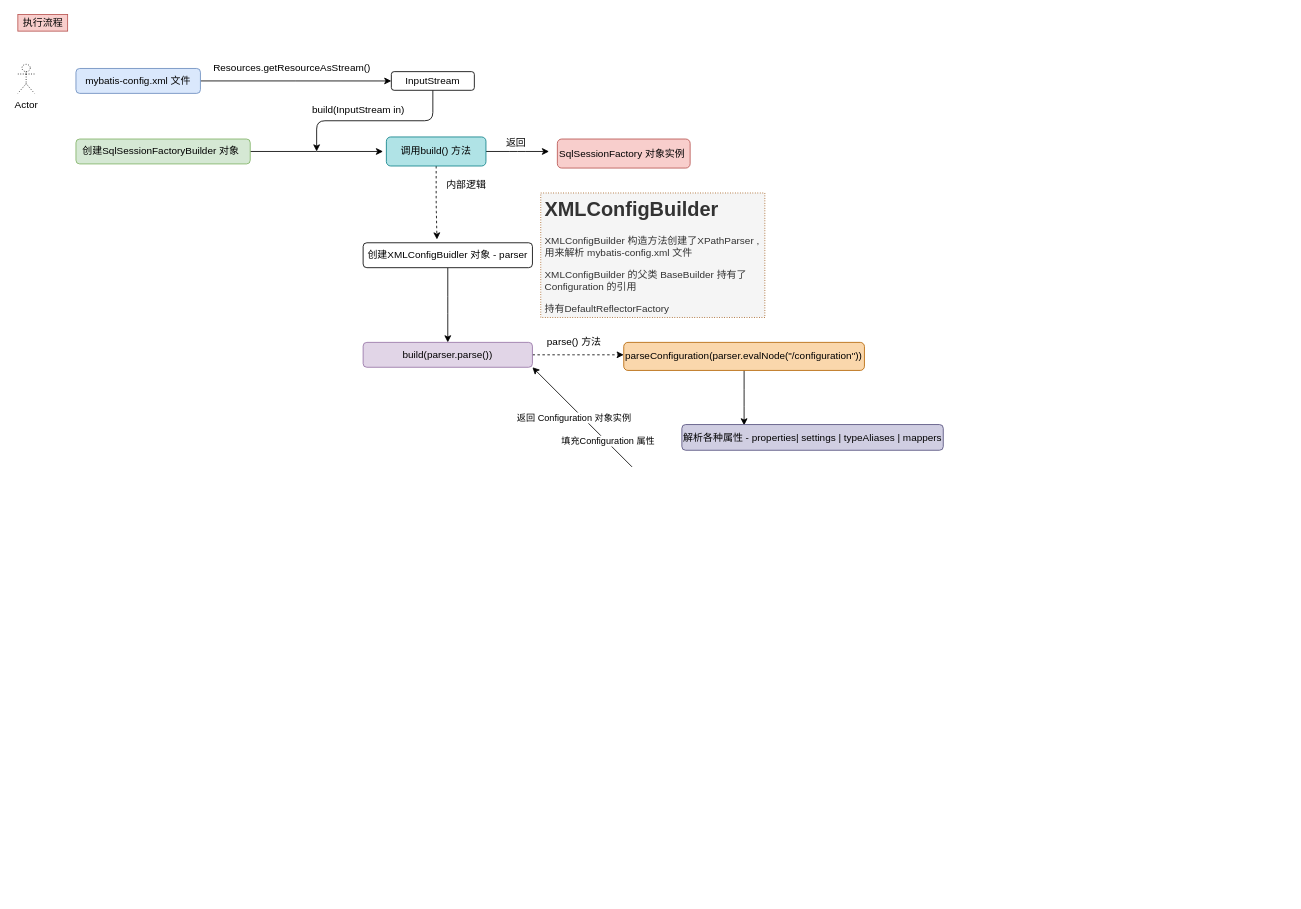
This is page "执行流程" (2 of 2) of mybatis.drawio from topyuluo/photo-project, a draw.io file, before an edit. Source tidied: cells renumbered, new cells numbered last; positions are measured from the earlier drawing's top-left corner, leaving out a move shared by most shapes. Both pictures are drawn from the tidied source at 83%, with x=0, y=0 at pixel (17, 14).
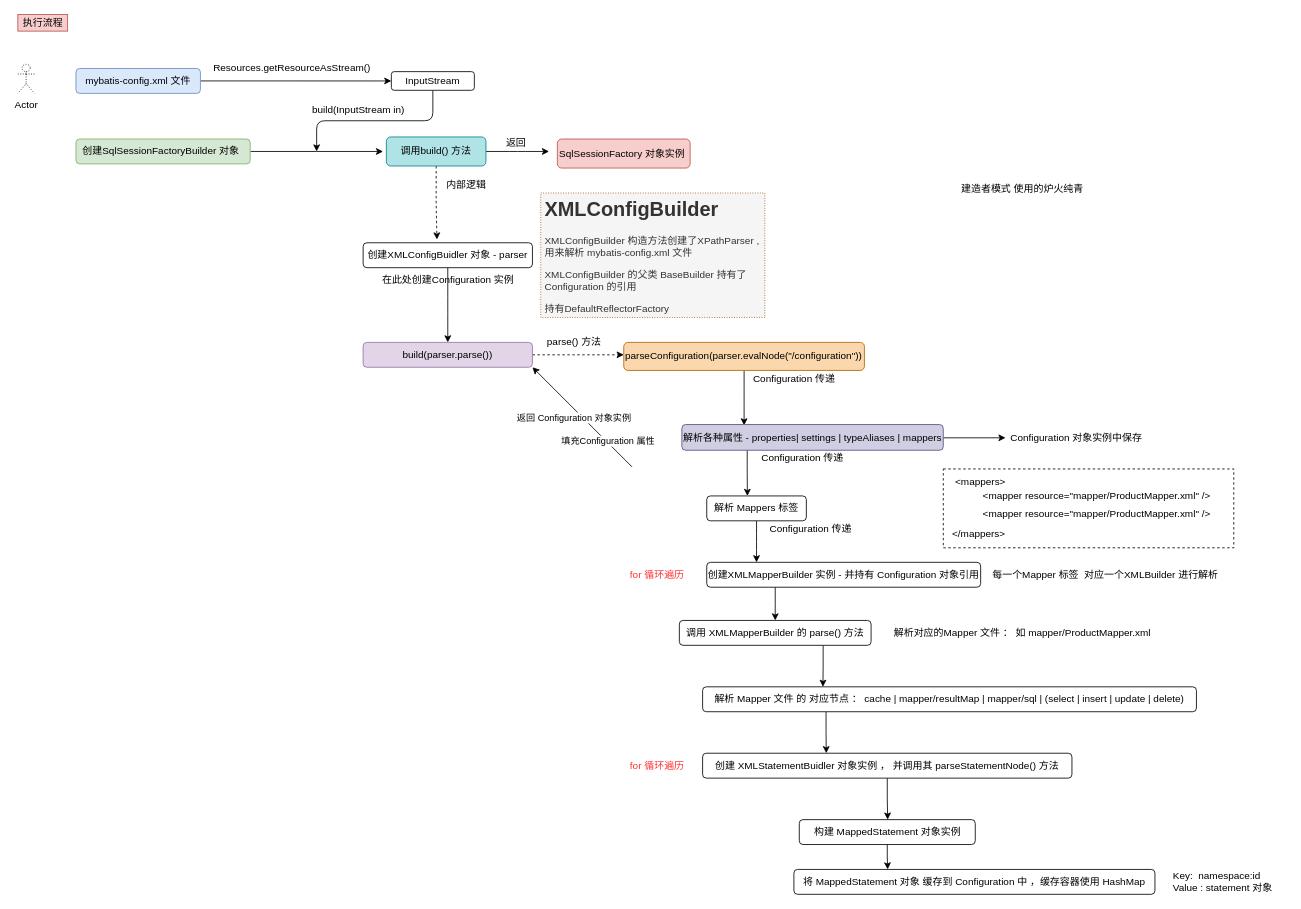
The same page after the edit.

The change refers to these unchanged cells:
```xml
<mxCell id="26" value="解析各种属性 - properties| settings | typeAliases | mappers" style="rounded=1;whiteSpace=wrap;html=1;align=left;fillColor=#d0cee2;strokeColor=#56517e;" parent="1" vertex="1">
  <mxGeometry x="800" y="494" width="315" height="31" as="geometry" />
</mxCell>
```

The edit, as a diff of the source:
```diff
@@
+    <mxCell id="31" style="edgeStyle=elbowEdgeStyle;rounded=1;jettySize=auto;elbow=vertical;html=1;" parent="1" edge="1" source="26">
+      <mxGeometry relative="1" as="geometry">
+        <mxPoint x="1190" y="509.5" as="targetPoint" />
+      </mxGeometry>
+    </mxCell>
+    <mxCell id="32" style="edgeStyle=elbowEdgeStyle;rounded=1;jettySize=auto;elbow=vertical;html=1;exitX=0.25;exitY=1;exitDx=0;exitDy=0;" parent="1" edge="1" source="26">
+      <mxGeometry relative="1" as="geometry">
+        <mxPoint x="879" y="580" as="targetPoint" />
+      </mxGeometry>
+    </mxCell>
@@
+    <mxCell id="33" value="建造者模式 使用的炉火纯青" style="text;html=1;align=center;verticalAlign=middle;strokeColor=none;" parent="1" vertex="1">
+      <mxGeometry x="1130" y="200" width="160" height="20" as="geometry" />
+    </mxCell>
+    <mxCell id="34" value="Configuration 对象实例中保存" style="text;html=1;align=center;verticalAlign=middle;strokeColor=none;" parent="1" vertex="1">
+      <mxGeometry x="1190" y="499.5" width="170" height="20" as="geometry" />
+    </mxCell>
+    <mxCell id="35" style="edgeStyle=elbowEdgeStyle;rounded=1;jettySize=auto;elbow=vertical;html=1;exitX=0.5;exitY=1;exitDx=0;exitDy=0;" parent="1" edge="1" source="36">
+      <mxGeometry relative="1" as="geometry">
+        <mxPoint x="890" y="660" as="targetPoint" />
+      </mxGeometry>
+    </mxCell>
+    <mxCell id="36" value="解析 Mappers 标签" style="rounded=1;whiteSpace=wrap;html=1;strokeColor=#000000;align=center;" parent="1" vertex="1">
+      <mxGeometry x="830" y="580" width="120" height="30" as="geometry" />
+    </mxCell>
+    <mxCell id="37" style="edgeStyle=elbowEdgeStyle;rounded=0;jettySize=auto;elbow=vertical;html=1;exitX=0.25;exitY=1;exitDx=0;exitDy=0;" parent="1" edge="1" source="38" target="44">
+      <mxGeometry relative="1" as="geometry" />
+    </mxCell>
+    <mxCell id="38" value="创建XMLMapperBuilder 实例 - 并持有 Configuration 对象引用" style="rounded=1;whiteSpace=wrap;html=1;strokeColor=#000000;align=center;" parent="1" vertex="1">
+      <mxGeometry x="830" y="660" width="330" height="30" as="geometry" />
+    </mxCell>
+    <mxCell id="39" value="在此处创建Configuration 实例" style="text;html=1;align=center;verticalAlign=middle;strokeColor=none;" parent="1" vertex="1">
+      <mxGeometry x="433" y="310" width="170" height="20" as="geometry" />
+    </mxCell>
+    <mxCell id="40" value="Configuration 传递" style="text;html=1;align=center;verticalAlign=middle;strokeColor=none;" parent="1" vertex="1">
+      <mxGeometry x="880" y="428.8" width="110" height="20" as="geometry" />
+    </mxCell>
+    <mxCell id="41" value="Configuration 传递" style="text;html=1;align=center;verticalAlign=middle;strokeColor=none;" parent="1" vertex="1">
+      <mxGeometry x="890" y="525" width="110" height="20" as="geometry" />
+    </mxCell>
+    <mxCell id="42" value="Configuration 传递" style="text;html=1;align=center;verticalAlign=middle;strokeColor=none;" parent="1" vertex="1">
+      <mxGeometry x="900" y="610" width="110" height="20" as="geometry" />
+    </mxCell>
+    <mxCell id="43" style="edgeStyle=elbowEdgeStyle;rounded=0;jettySize=auto;elbow=vertical;html=1;exitX=0.75;exitY=1;exitDx=0;exitDy=0;fontColor=#000000;" parent="1" edge="1" source="44">
+      <mxGeometry relative="1" as="geometry">
+        <mxPoint x="970" y="810" as="targetPoint" />
+      </mxGeometry>
+    </mxCell>
+    <mxCell id="44" value="调用 XMLMapperBuilder 的 parse() 方法" style="rounded=1;whiteSpace=wrap;html=1;strokeColor=#000000;align=center;" parent="1" vertex="1">
+      <mxGeometry x="797" y="730" width="231" height="30" as="geometry" />
+    </mxCell>
+    <mxCell id="45" style="group;" parent="1" vertex="1">
+      <mxGeometry x="1115" y="547.5" width="350" height="95" as="geometry" />
+    </mxCell>
+    <mxCell id="46" style="rounded=0;whiteSpace=wrap;html=1;strokeColor=#000000;align=left;dashed=1;" parent="45" vertex="1">
+      <mxGeometry width="350" height="95" as="geometry" />
+    </mxCell>
+    <mxCell id="47" value="&lt;pre style=&quot;background-color: #2b2b2b ; color: #a9b7c6 ; font-family: &amp;#34;jetbrains mono&amp;#34; , monospace ; font-size: 9.0pt&quot;&gt;&lt;br&gt;&lt;/pre&gt;" style="text;html=1;align=center;verticalAlign=middle;strokeColor=none;" parent="45" vertex="1">
+      <mxGeometry x="128" y="14.5" width="20" height="40" as="geometry" />
+    </mxCell>
+    <mxCell id="48" value="&amp;lt;mappers&amp;gt;" style="text;html=1;strokeColor=none;fillColor=none;align=center;verticalAlign=middle;whiteSpace=wrap;rounded=0;" parent="45" vertex="1">
+      <mxGeometry x="25" y="5" width="40" height="20" as="geometry" />
+    </mxCell>
+    <mxCell id="49" value="&amp;lt;mapper resource=&quot;mapper/ProductMapper.xml&quot; /&amp;gt;" style="text;html=1;strokeColor=none;fillColor=none;align=center;verticalAlign=middle;whiteSpace=wrap;rounded=0;" parent="45" vertex="1">
+      <mxGeometry x="25" y="19.2" width="320" height="25.8" as="geometry" />
+    </mxCell>
+    <mxCell id="50" value="&amp;lt;mapper resource=&quot;mapper/ProductMapper.xml&quot; /&amp;gt;" style="text;html=1;strokeColor=none;fillColor=none;align=center;verticalAlign=middle;whiteSpace=wrap;rounded=0;" parent="45" vertex="1">
+      <mxGeometry x="25" y="44.5" width="320" height="20.5" as="geometry" />
+    </mxCell>
+    <mxCell id="51" value="&amp;lt;/mappers&amp;gt;" style="text;html=1;strokeColor=none;fillColor=none;align=center;verticalAlign=middle;whiteSpace=wrap;rounded=0;" parent="45" vertex="1">
+      <mxGeometry x="23" y="68" width="40" height="20" as="geometry" />
+    </mxCell>
+    <mxCell id="52" value="&lt;font color=&quot;#ff3333&quot;&gt;for 循环遍历&lt;/font&gt;" style="text;html=1;align=center;verticalAlign=middle;strokeColor=none;fontColor=#99CCFF;" parent="1" vertex="1">
+      <mxGeometry x="730" y="665" width="80" height="20" as="geometry" />
+    </mxCell>
+    <mxCell id="53" value="&lt;font color=&quot;#000000&quot;&gt;每一个Mapper 标签&amp;nbsp; 对应一个XMLBuilder 进行解析&lt;/font&gt;" style="text;html=1;align=center;verticalAlign=middle;strokeColor=none;fontColor=#99CCFF;" parent="1" vertex="1">
+      <mxGeometry x="1165" y="665" width="290" height="20" as="geometry" />
+    </mxCell>
+    <mxCell id="54" value="解析对应的Mapper 文件 ： 如 mapper/ProductMapper.xml" style="text;html=1;align=center;verticalAlign=middle;strokeColor=none;" parent="1" vertex="1">
+      <mxGeometry x="1050" y="735" width="320" height="20" as="geometry" />
+    </mxCell>
+    <mxCell id="55" style="edgeStyle=elbowEdgeStyle;rounded=0;jettySize=auto;elbow=vertical;html=1;exitX=0.25;exitY=1;exitDx=0;exitDy=0;fontColor=#000000;" parent="1" edge="1" source="56">
+      <mxGeometry relative="1" as="geometry">
+        <mxPoint x="974" y="890" as="targetPoint" />
+      </mxGeometry>
+    </mxCell>
+    <mxCell id="56" value="解析 Mapper 文件 的 对应节点 ： cache | mapper/resultMap | mapper/sql | (select | insert | update | delete)" style="rounded=1;whiteSpace=wrap;html=1;fontColor=#000000;strokeColor=#000000;align=center;" parent="1" vertex="1">
+      <mxGeometry x="825" y="810" width="595" height="30" as="geometry" />
+    </mxCell>
+    <mxCell id="57" style="edgeStyle=elbowEdgeStyle;rounded=0;jettySize=auto;elbow=vertical;html=1;exitX=0.5;exitY=1;exitDx=0;exitDy=0;fontColor=#000000;" parent="1" edge="1" source="58">
+      <mxGeometry relative="1" as="geometry">
+        <mxPoint x="1048" y="970" as="targetPoint" />
+      </mxGeometry>
+    </mxCell>
+    <mxCell id="58" value="创建 XMLStatementBuidler 对象实例 ， 并调用其 parseStatementNode() 方法" style="rounded=1;whiteSpace=wrap;html=1;fontColor=#000000;strokeColor=#000000;align=center;" parent="1" vertex="1">
+      <mxGeometry x="825" y="890" width="445" height="30" as="geometry" />
+    </mxCell>
+    <mxCell id="59" value="&lt;font color=&quot;#ff3333&quot;&gt;for 循环遍历&lt;/font&gt;" style="text;html=1;align=center;verticalAlign=middle;strokeColor=none;fontColor=#99CCFF;" parent="1" vertex="1">
+      <mxGeometry x="730" y="895" width="80" height="20" as="geometry" />
+    </mxCell>
+    <mxCell id="60" style="edgeStyle=elbowEdgeStyle;rounded=0;jettySize=auto;elbow=vertical;html=1;exitX=0.5;exitY=1;exitDx=0;exitDy=0;fontColor=#000000;" parent="1" edge="1" source="61">
+      <mxGeometry relative="1" as="geometry">
+        <mxPoint x="1048" y="1030" as="targetPoint" />
+      </mxGeometry>
+    </mxCell>
+    <mxCell id="61" value="构建 MappedStatement 对象实例" style="rounded=1;whiteSpace=wrap;html=1;fontColor=#000000;strokeColor=#000000;align=center;" parent="1" vertex="1">
+      <mxGeometry x="941.5" y="970" width="212" height="30" as="geometry" />
+    </mxCell>
+    <mxCell id="62" value="将 MappedStatement 对象 缓存到 Configuration 中 ，缓存容器使用 HashMap" style="rounded=1;whiteSpace=wrap;html=1;fontColor=#000000;strokeColor=#000000;align=center;" parent="1" vertex="1">
+      <mxGeometry x="935" y="1030" width="435" height="30" as="geometry" />
+    </mxCell>
+    <mxCell id="63" value="Key:&amp;nbsp; namespace:id&amp;nbsp; &lt;br&gt;Value : statement 对象" style="text;html=1;align=left;verticalAlign=middle;strokeColor=none;fontColor=#000000;" parent="1" vertex="1">
+      <mxGeometry x="1390" y="1030" width="140" height="30" as="geometry" />
+    </mxCell>
```
